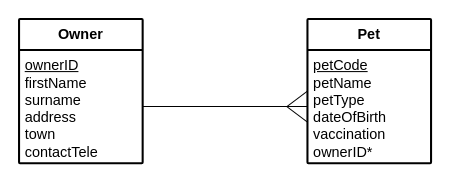
This is page "Owner" (12 of 12) of n5/ddd/N5-DDD-Clydeview/assets/N5 DDD Clydeview.drawio from MrFriendCS/MrFriendCS.github.io, a draw.io file, before an edit. Source tidied: cells renumbered, new cells numbered last; positions are measured from the earlier drawing's top-left corner, leaving out a move shared by most shapes. Both pictures are drawn from the tidied source at 103%, with x=0, y=0 at pixel (19, 19).
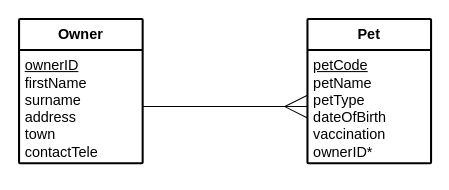
After the change.

What changed in the source:
```diff
@@
 <mxGraphModel>
   <root>
     <mxCell id="0" />
     <mxCell id="1" parent="0" />
     <mxCell id="2" value="&lt;b&gt;Owner&lt;/b&gt;" style="swimlane;horizontal=1;startSize=30;rounded=1;fontSize=14;fontStyle=0;strokeWidth=2;shadow=0;dashed=0;align=center;arcSize=1;whiteSpace=wrap;html=1;" parent="1" vertex="1">
       <mxGeometry width="120" height="140" as="geometry" />
     </mxCell>
     <mxCell id="3" value="&lt;font style=&quot;font-size: 14px;&quot;&gt;&lt;u style=&quot;&quot;&gt;ownerID&lt;/u&gt;&lt;br&gt;firstName&lt;br&gt;surname&lt;br&gt;address&lt;br&gt;town&lt;br&gt;contactTele&lt;/font&gt;" style="align=left;strokeColor=none;fillColor=none;spacingLeft=4;fontSize=12;verticalAlign=top;html=1;" parent="2" vertex="1">
       <mxGeometry y="30" width="120" height="110" as="geometry" />
     </mxCell>
     <mxCell id="4" style="edgeStyle=orthogonalEdgeStyle;rounded=0;orthogonalLoop=1;jettySize=auto;html=1;exitX=0.5;exitY=1;exitDx=0;exitDy=0;" parent="2" edge="1" source="3" target="3">
       <mxGeometry relative="1" as="geometry" />
     </mxCell>
     <mxCell id="5" value="&lt;b&gt;Pet&lt;/b&gt;" style="swimlane;horizontal=1;startSize=30;rounded=1;fontSize=14;fontStyle=0;strokeWidth=2;shadow=0;dashed=0;align=center;arcSize=1;whiteSpace=wrap;html=1;" parent="1" vertex="1">
       <mxGeometry x="280" width="120" height="140" as="geometry" />
     </mxCell>
     <mxCell id="6" value="&lt;font style=&quot;font-size: 14px;&quot;&gt;&lt;u style=&quot;&quot;&gt;petCode&lt;br&gt;&lt;/u&gt;petName&lt;br&gt;petType&lt;br&gt;dateOfBirth&lt;br&gt;vaccination&lt;br&gt;ownerID*&lt;/font&gt;" style="align=left;strokeColor=none;fillColor=none;spacingLeft=4;fontSize=12;verticalAlign=top;html=1;" parent="5" vertex="1">
       <mxGeometry y="30" width="120" height="110" as="geometry" />
     </mxCell>
-    <mxCell id="7" style="rounded=0;jettySize=auto;html=1;exitX=1;exitY=0.5;exitDx=0;exitDy=0;entryX=0;entryY=0.5;entryDx=0;entryDy=0;endArrow=none;endFill=0;" parent="1" edge="1" source="3" target="6">
+    <mxCell id="7" style="rounded=0;jettySize=auto;html=1;exitX=1;exitY=0.5;exitDx=0;exitDy=0;entryX=0;entryY=0.5;entryDx=0;entryDy=0;endArrow=ERmany;endFill=0;endSize=20;" parent="1" edge="1" source="3" target="6">
       <mxGeometry relative="1" as="geometry" />
     </mxCell>
-    <mxCell id="8" style="endArrow=none;html=1;rounded=0;exitX=1;exitY=0.367;exitDx=0;exitDy=0;exitPerimeter=0;" parent="1" edge="1">
-      <mxGeometry relative="1" as="geometry">
-        <mxPoint x="260" y="85" as="sourcePoint" />
-        <mxPoint x="280" y="100" as="targetPoint" />
-      </mxGeometry>
-    </mxCell>
-    <mxCell id="9" style="endArrow=none;html=1;rounded=0;" parent="1" edge="1">
-      <mxGeometry relative="1" as="geometry">
-        <mxPoint x="260" y="85" as="sourcePoint" />
-        <mxPoint x="280" y="70" as="targetPoint" />
-      </mxGeometry>
-    </mxCell>
   </root>
 </mxGraphModel>
```
